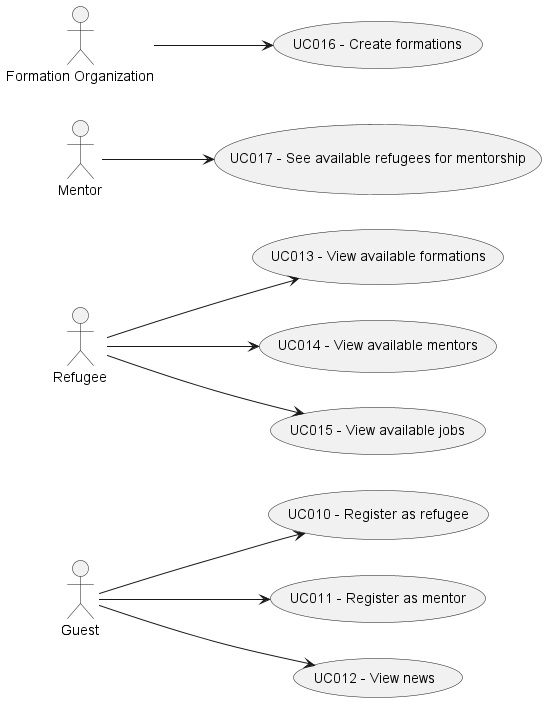
Above: Doc/Requirements/png/UseCaseDiagram.png in kanzodotjava/RefugeeLINK (PlantUML), before the change. Source of this version:
```plantuml
@startuml

left to right direction

actor "Guest" as Guest
actor "Refugee" as Refugee
actor "Mentor" as Mentor
actor "Formation Organization" as Org

usecase "UC010 - Register as refugee" as UC010
usecase "UC011 - Register as mentor" as UC011
usecase "UC012 - View news" as UC012
usecase "UC013 - View available formations" as UC013
usecase "UC014 - View available mentors" as UC014
usecase "UC015 - View available jobs" as UC015
usecase "UC016 - Create formations" as UC016
usecase "UC017 - See available refugees for mentorship" as UC017

Guest --> UC010
Guest --> UC011
Guest --> UC012
Refugee --> UC013
Refugee --> UC014
Refugee --> UC015
Mentor --> UC017
Org --> UC016

@enduml
```
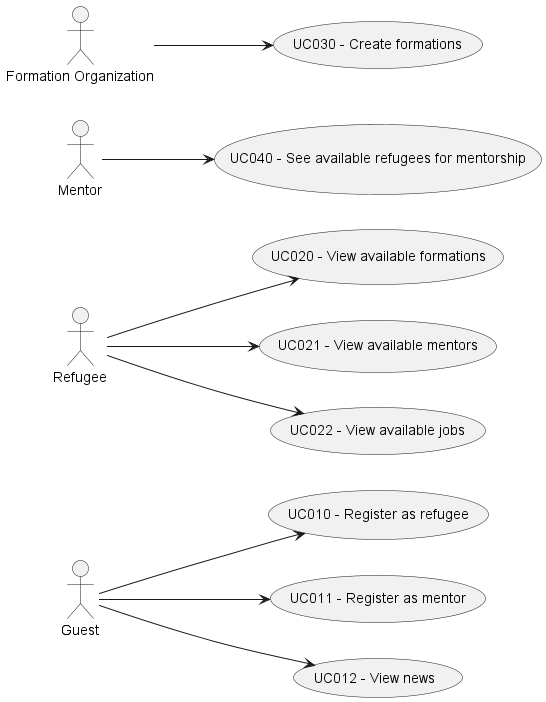
The same diagram one commit later.

Commit message:
Add usecases to diagram

Change to the diagram source:
```diff
@@ -10,19 +10,19 @@
 usecase "UC010 - Register as refugee" as UC010
 usecase "UC011 - Register as mentor" as UC011
 usecase "UC012 - View news" as UC012
-usecase "UC013 - View available formations" as UC013
-usecase "UC014 - View available mentors" as UC014
-usecase "UC015 - View available jobs" as UC015
-usecase "UC016 - Create formations" as UC016
-usecase "UC017 - See available refugees for mentorship" as UC017
+usecase "UC020 - View available formations" as UC020
+usecase "UC021 - View available mentors" as UC021
+usecase "UC022 - View available jobs" as UC022
+usecase "UC030 - Create formations" as UC030
+usecase "UC040 - See available refugees for mentorship" as UC040
 
 Guest --> UC010
 Guest --> UC011
 Guest --> UC012
-Refugee --> UC013
-Refugee --> UC014
-Refugee --> UC015
-Mentor --> UC017
-Org --> UC016
+Refugee --> UC020
+Refugee --> UC021
+Refugee --> UC022
+Mentor --> UC040
+Org --> UC030
 
 @enduml
```
